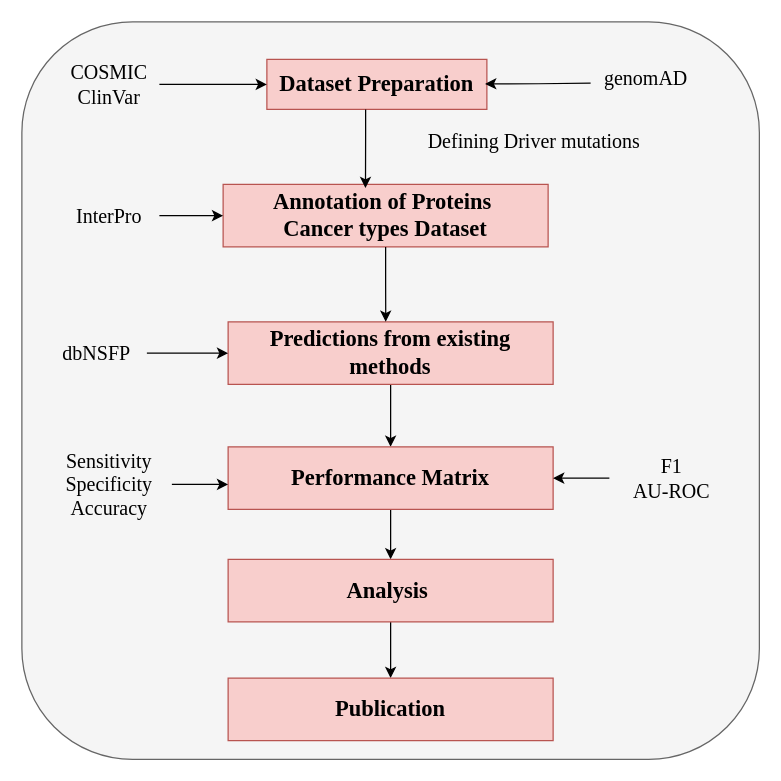
Earlier version of the draw.io diagram grant_1.drawio (amitphogat/Phogat). Source tidied: cells renumbered, new cells numbered last; positions are measured from the earlier drawing's top-left corner, leaving out a move shared by most shapes. Both pictures are drawn from the tidied source at 125%, with x=0, y=0 at pixel (21, 21).
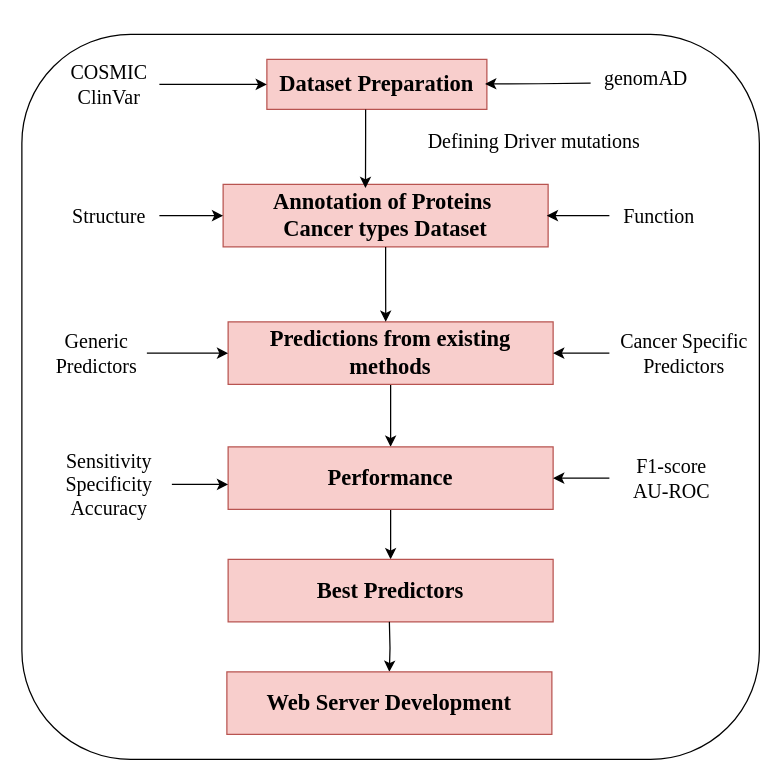
Above is the later version.

The change refers to these unchanged cells:
```xml
<mxCell id="9" value="Predictions from existing methods" style="rounded=0;whiteSpace=wrap;html=1;fontSize=18;fontFamily=Times New Roman;fontStyle=1;fillColor=#f8cecc;strokeColor=#b85450;" parent="1" vertex="1">
  <mxGeometry x="165" y="240" width="260" height="50" as="geometry" />
</mxCell>
<mxCell id="13" value="Annotation of Proteins&amp;nbsp;&lt;div&gt;Cancer types Dataset&lt;/div&gt;" style="rounded=0;whiteSpace=wrap;html=1;fontSize=18;fontFamily=Times New Roman;fontStyle=1;fillColor=#f8cecc;strokeColor=#b85450;" parent="1" vertex="1">
  <mxGeometry x="161" y="130" width="260" height="50" as="geometry" />
</mxCell>
```

The edit, as a diff of the source:
```diff
@@
-    <mxCell id="2" style="rounded=1;whiteSpace=wrap;html=1;fontFamily=Times New Roman;fontSize=18;fontStyle=1;fillColor=#f5f5f5;fontColor=#333333;strokeColor=#666666;" parent="1" vertex="1">
-      <mxGeometry width="590" height="590" as="geometry" />
-    </mxCell>
+    <mxCell id="27" style="rounded=1;whiteSpace=wrap;html=1;" parent="1" vertex="1">
+      <mxGeometry y="10" width="590" height="580" as="geometry" />
+    </mxCell>
@@
-    <mxCell id="12" value="dbNSFP" style="text;html=1;whiteSpace=wrap;strokeColor=none;fillColor=none;align=center;verticalAlign=middle;rounded=0;fontFamily=Times New Roman;fontSize=16;" parent="1" vertex="1">
+    <mxCell id="12" value="Generic&lt;div&gt;Predictors&lt;/div&gt;" style="text;html=1;whiteSpace=wrap;strokeColor=none;fillColor=none;align=center;verticalAlign=middle;rounded=0;fontFamily=Times New Roman;fontSize=16;" parent="1" vertex="1">
       <mxGeometry x="20" y="250" width="80" height="30" as="geometry" />
     </mxCell>
@@
-    <mxCell id="16" value="InterPro" style="text;html=1;whiteSpace=wrap;strokeColor=none;fillColor=none;align=center;verticalAlign=middle;rounded=0;fontFamily=Times New Roman;fontSize=16;" parent="1" vertex="1">
+    <mxCell id="16" value="Structure" style="text;html=1;whiteSpace=wrap;strokeColor=none;fillColor=none;align=center;verticalAlign=middle;rounded=0;fontFamily=Times New Roman;fontSize=16;" parent="1" vertex="1">
       <mxGeometry x="30" y="140" width="80" height="30" as="geometry" />
     </mxCell>
@@
-    <mxCell id="19" value="Performance Matrix" style="rounded=0;whiteSpace=wrap;html=1;fontSize=18;fontFamily=Times New Roman;fontStyle=1;fillColor=#f8cecc;strokeColor=#b85450;" parent="1" vertex="1">
+    <mxCell id="19" value="Performance" style="rounded=0;whiteSpace=wrap;html=1;fontSize=18;fontFamily=Times New Roman;fontStyle=1;fillColor=#f8cecc;strokeColor=#b85450;" parent="1" vertex="1">
       <mxGeometry x="165" y="340" width="260" height="50" as="geometry" />
     </mxCell>
@@
-    <mxCell id="23" value="&lt;div&gt;F1&lt;/div&gt;&lt;div&gt;AU-ROC&lt;/div&gt;" style="text;html=1;whiteSpace=wrap;strokeColor=none;fillColor=none;align=center;verticalAlign=middle;rounded=0;fontFamily=Times New Roman;fontSize=16;" parent="1" vertex="1">
+    <mxCell id="23" value="&lt;div&gt;F1-score&lt;/div&gt;&lt;div&gt;AU-ROC&lt;/div&gt;" style="text;html=1;whiteSpace=wrap;strokeColor=none;fillColor=none;align=center;verticalAlign=middle;rounded=0;fontFamily=Times New Roman;fontSize=16;" parent="1" vertex="1">
       <mxGeometry x="470" y="345" width="100" height="40" as="geometry" />
     </mxCell>
-    <mxCell id="24" style="edgeStyle=orthogonalEdgeStyle;rounded=0;jettySize=auto;html=1;entryX=0.5;entryY=0;entryDx=0;entryDy=0;" parent="1" edge="1" source="25" target="26">
-      <mxGeometry relative="1" as="geometry" />
-    </mxCell>
-    <mxCell id="25" value="Analysis&amp;nbsp;" style="rounded=0;whiteSpace=wrap;html=1;fontSize=18;fontFamily=Times New Roman;fontStyle=1;fillColor=#f8cecc;strokeColor=#b85450;" parent="1" vertex="1">
+    <mxCell id="25" value="Best Predictors" style="rounded=0;whiteSpace=wrap;html=1;fontSize=18;fontFamily=Times New Roman;fontStyle=1;fillColor=#f8cecc;strokeColor=#b85450;" parent="1" vertex="1">
       <mxGeometry x="165" y="430" width="260" height="50" as="geometry" />
     </mxCell>
-    <mxCell id="26" value="Publication" style="rounded=0;whiteSpace=wrap;html=1;fontSize=18;fontFamily=Times New Roman;fontStyle=1;fillColor=#f8cecc;strokeColor=#b85450;" parent="1" vertex="1">
-      <mxGeometry x="165" y="525" width="260" height="50" as="geometry" />
-    </mxCell>
+    <mxCell id="28" value="Function" style="text;html=1;whiteSpace=wrap;strokeColor=none;fillColor=none;align=center;verticalAlign=middle;rounded=0;fontFamily=Times New Roman;fontSize=16;" parent="1" vertex="1">
+      <mxGeometry x="470" y="140" width="80" height="30" as="geometry" />
+    </mxCell>
+    <mxCell id="29" style="edgeStyle=orthogonalEdgeStyle;rounded=0;jettySize=auto;html=1;exitX=0.5;exitY=1;exitDx=0;exitDy=0;entryX=0.5;entryY=0;entryDx=0;entryDy=0;" parent="1" edge="1" target="30">
+      <mxGeometry relative="1" as="geometry">
+        <mxPoint x="294" y="480" as="sourcePoint" />
+      </mxGeometry>
+    </mxCell>
+    <mxCell id="30" value="Web Server Development" style="rounded=0;whiteSpace=wrap;html=1;fontSize=18;fontFamily=Times New Roman;fontStyle=1;fillColor=#f8cecc;strokeColor=#b85450;" parent="1" vertex="1">
+      <mxGeometry x="164" y="520" width="260" height="50" as="geometry" />
+    </mxCell>
+    <mxCell id="31" style="edgeStyle=orthogonalEdgeStyle;rounded=0;jettySize=auto;html=1;entryX=0.996;entryY=0.5;entryDx=0;entryDy=0;entryPerimeter=0;" parent="1" edge="1" source="28" target="13">
+      <mxGeometry relative="1" as="geometry" />
+    </mxCell>
+    <mxCell id="32" style="edgeStyle=orthogonalEdgeStyle;rounded=0;jettySize=auto;html=1;entryX=1;entryY=0.5;entryDx=0;entryDy=0;" parent="1" edge="1" source="33" target="9">
+      <mxGeometry relative="1" as="geometry" />
+    </mxCell>
+    <mxCell id="33" value="Cancer Specific&lt;div&gt;Predictors&lt;/div&gt;" style="text;html=1;whiteSpace=wrap;strokeColor=none;fillColor=none;align=center;verticalAlign=middle;rounded=0;fontFamily=Times New Roman;fontSize=16;" parent="1" vertex="1">
+      <mxGeometry x="470" y="250" width="120" height="30" as="geometry" />
+    </mxCell>
```
